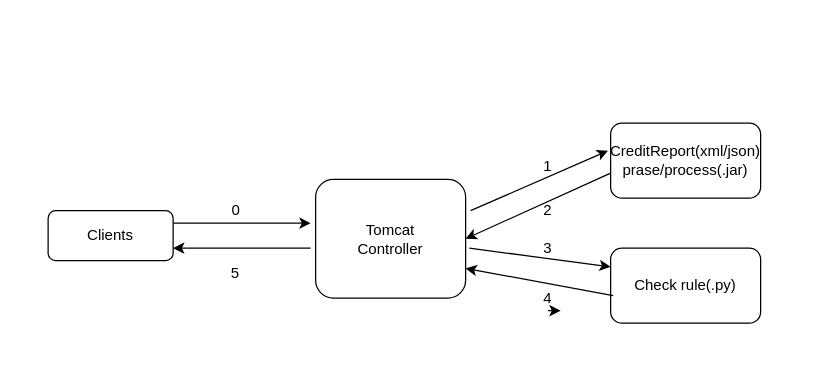
This is jdd_creditreportAndMohe.drawio from zyxjtu/diagrams, a draw.io file, before an edit. Source tidied: cells renumbered, new cells numbered last; positions are measured from the earlier drawing's top-left corner, leaving out a move shared by most shapes. Both pictures are drawn from the tidied source at 125%, with x=0, y=0 at pixel (48, 122).
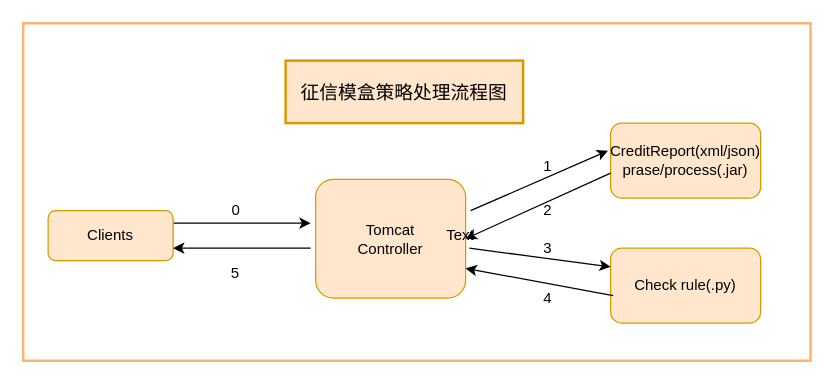
Above is the later version.

Unchanged cells that the change refers to:
```xml
<mxCell id="15" value="4" style="text;html=1;strokeColor=none;fillColor=none;align=center;verticalAlign=middle;whiteSpace=wrap;rounded=0;" parent="1" vertex="1">
  <mxGeometry x="380" y="130" width="40" height="20" as="geometry" />
</mxCell>
```

What changed in the source:
```diff
@@
+    <mxCell id="19" style="verticalLabelPosition=bottom;verticalAlign=top;html=1;shape=mxgraph.basic.rect;fillColor2=none;strokeWidth=2;size=20;indent=5;strokeColor=#FFB570;" parent="1" vertex="1">
+      <mxGeometry x="-20" y="-80" width="630" height="270" as="geometry" />
+    </mxCell>
+    <mxCell id="20" style="rounded=0;whiteSpace=wrap;html=1;strokeWidth=2;fillColor=#ffe6cc;strokeColor=#d79b00;" parent="1" vertex="1">
+      <mxGeometry x="190" y="-50" width="190" height="50" as="geometry" />
+    </mxCell>
@@
-    <mxCell id="3" value="Clients" style="rounded=1;whiteSpace=wrap;html=1;" parent="1" vertex="1">
+    <mxCell id="3" value="Clients" style="rounded=1;whiteSpace=wrap;html=1;fillColor=#ffe6cc;strokeColor=#d79b00;" parent="1" vertex="1">
       <mxGeometry y="70" width="100" height="40" as="geometry" />
     </mxCell>
-    <mxCell id="4" value="Tomcat&lt;br&gt;Controller" style="rounded=1;whiteSpace=wrap;html=1;" parent="1" vertex="1">
+    <mxCell id="4" value="Tomcat&lt;br&gt;Controller" style="rounded=1;whiteSpace=wrap;html=1;fillColor=#ffe6cc;strokeColor=#d79b00;" parent="1" vertex="1">
       <mxGeometry x="214" y="45" width="120" height="95" as="geometry" />
     </mxCell>
-    <mxCell id="5" value="CreditReport(xml/json)&lt;br&gt;prase/process(.jar)" style="rounded=1;whiteSpace=wrap;html=1;" parent="1" vertex="1">
+    <mxCell id="5" value="CreditReport(xml/json)&lt;br&gt;prase/process(.jar)" style="rounded=1;whiteSpace=wrap;html=1;fillColor=#ffe6cc;strokeColor=#d79b00;" parent="1" vertex="1">
       <mxGeometry x="450" width="120" height="60" as="geometry" />
     </mxCell>
-    <mxCell id="6" value="Check rule(.py)" style="rounded=1;whiteSpace=wrap;html=1;" parent="1" vertex="1">
+    <mxCell id="6" value="Check rule(.py)" style="rounded=1;whiteSpace=wrap;html=1;fillColor=#ffe6cc;strokeColor=#d79b00;" parent="1" vertex="1">
       <mxGeometry x="450" y="100" width="120" height="60" as="geometry" />
     </mxCell>
@@
+    <mxCell id="16" value="5" style="text;html=1;strokeColor=none;fillColor=none;align=center;verticalAlign=middle;whiteSpace=wrap;rounded=0;" parent="1" vertex="1">
+      <mxGeometry x="130" y="110" width="40" height="20" as="geometry" />
+    </mxCell>
+    <mxCell id="18" style="endArrow=classic;html=1;entryX=1;entryY=0.75;entryDx=0;entryDy=0;" parent="1" edge="1" target="3">
+      <mxGeometry relative="1" as="geometry">
+        <mxPoint x="210" y="100" as="sourcePoint" />
+      </mxGeometry>
+    </mxCell>
+    <mxCell id="21" value="Text" style="text;html=1;strokeColor=none;fillColor=none;align=center;verticalAlign=middle;whiteSpace=wrap;rounded=0;" parent="1" vertex="1">
+      <mxGeometry x="310" y="80" width="40" height="20" as="geometry" />
+    </mxCell>
+    <mxCell id="22" value="&lt;font face=&quot;Times New Roman&quot; style=&quot;font-size: 15px&quot;&gt;征信模盒策略处理流程图&lt;/font&gt;" style="text;html=1;strokeColor=none;fillColor=none;align=center;verticalAlign=middle;whiteSpace=wrap;rounded=0;" parent="1" vertex="1">
+      <mxGeometry x="185" y="-35" width="200" height="20" as="geometry" />
+    </mxCell>
@@
-    <mxCell id="16" value="5" style="text;html=1;strokeColor=none;fillColor=none;align=center;verticalAlign=middle;whiteSpace=wrap;rounded=0;" parent="1" vertex="1">
-      <mxGeometry x="130" y="110" width="40" height="20" as="geometry" />
-    </mxCell>
-    <mxCell id="17" style="edgeStyle=orthogonalEdgeStyle;rounded=0;orthogonalLoop=1;jettySize=auto;html=1;exitX=0.5;exitY=1;exitDx=0;exitDy=0;entryX=0.75;entryY=1;entryDx=0;entryDy=0;" parent="1" edge="1" source="15" target="15">
-      <mxGeometry relative="1" as="geometry" />
-    </mxCell>
-    <mxCell id="18" style="endArrow=classic;html=1;entryX=1;entryY=0.75;entryDx=0;entryDy=0;" parent="1" edge="1" target="3">
-      <mxGeometry relative="1" as="geometry">
-        <mxPoint x="210" y="100" as="sourcePoint" />
-      </mxGeometry>
-    </mxCell>
```
